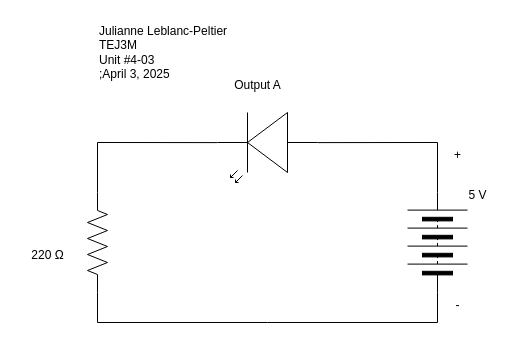
This is design/TEJ3M-4-03.drawio from Julianne-Leblanc-Peltier/TEJ3M-Unit4, a draw.io file, before an edit. Source tidied: cells renumbered, new cells numbered last; positions are measured from the earlier drawing's top-left corner, leaving out a move shared by most shapes. Both pictures are drawn from the tidied source at 100%, with x=0, y=0 at pixel (17, 17).
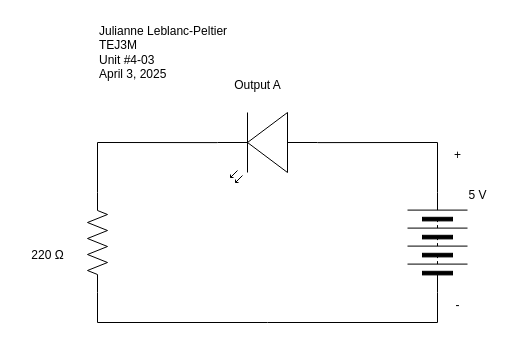
The same page after the edit.

Diff of the diagram source:
```diff
@@
 <mxGraphModel>
   <root>
     <mxCell id="0" />
     <mxCell id="1" parent="0" />
     <mxCell id="2" style="verticalLabelPosition=bottom;shadow=0;dashed=0;align=center;html=1;verticalAlign=top;shape=mxgraph.electrical.miscellaneous.batteryStack;rotation=-90;" parent="1" vertex="1">
       <mxGeometry x="370" y="195" width="100" height="60" as="geometry" />
     </mxCell>
     <mxCell id="3" style="edgeStyle=none;html=1;exitX=1;exitY=0.5;exitDx=0;exitDy=0;exitPerimeter=0;entryX=0;entryY=0.5;entryDx=0;entryDy=0;rounded=0;curved=0;endArrow=none;endFill=0;" parent="1" edge="1" source="4" target="2">
       <mxGeometry relative="1" as="geometry">
         <Array as="points">
           <mxPoint x="80" y="305" />
           <mxPoint x="250" y="305" />
           <mxPoint x="420" y="305" />
         </Array>
       </mxGeometry>
     </mxCell>
     <mxCell id="4" style="verticalLabelPosition=bottom;shadow=0;dashed=0;align=center;html=1;verticalAlign=top;shape=mxgraph.electrical.resistors.resistor_2;rotation=90;" parent="1" vertex="1">
       <mxGeometry x="30" y="215" width="100" height="20" as="geometry" />
     </mxCell>
     <mxCell id="5" style="verticalLabelPosition=bottom;shadow=0;dashed=0;align=center;html=1;verticalAlign=top;shape=mxgraph.electrical.opto_electronics.led_2;rotation=-180;" parent="1" vertex="1">
       <mxGeometry x="200" y="95" width="100" height="70" as="geometry" />
     </mxCell>
     <mxCell id="6" style="edgeStyle=none;html=1;exitX=1;exitY=0.5;exitDx=0;exitDy=0;entryX=0;entryY=0.57;entryDx=0;entryDy=0;entryPerimeter=0;rounded=0;curved=0;endArrow=none;endFill=0;" parent="1" edge="1" source="2" target="5">
       <mxGeometry relative="1" as="geometry">
         <Array as="points">
           <mxPoint x="420" y="125" />
         </Array>
       </mxGeometry>
     </mxCell>
     <mxCell id="7" style="edgeStyle=none;html=1;exitX=1;exitY=0.57;exitDx=0;exitDy=0;exitPerimeter=0;entryX=0;entryY=0.5;entryDx=0;entryDy=0;entryPerimeter=0;rounded=0;curved=0;endArrow=none;endFill=0;" parent="1" edge="1" source="5" target="4">
       <mxGeometry relative="1" as="geometry">
         <Array as="points">
           <mxPoint x="80" y="125" />
         </Array>
       </mxGeometry>
     </mxCell>
     <mxCell id="8" value="Output A" style="text;html=1;align=center;verticalAlign=middle;strokeColor=none;fillColor=none;" parent="1" vertex="1">
       <mxGeometry x="205" y="53" width="70" height="30" as="geometry" />
     </mxCell>
     <mxCell id="9" value="5 V" style="text;html=1;align=center;verticalAlign=middle;strokeColor=none;fillColor=none;" parent="1" vertex="1">
       <mxGeometry x="440" y="163" width="40" height="30" as="geometry" />
     </mxCell>
     <mxCell id="10" value="+" style="text;html=1;align=center;verticalAlign=middle;strokeColor=none;fillColor=none;" parent="1" vertex="1">
       <mxGeometry x="425" y="123" width="30" height="30" as="geometry" />
     </mxCell>
     <mxCell id="11" value="-" style="text;html=1;align=center;verticalAlign=middle;strokeColor=none;fillColor=none;" parent="1" vertex="1">
       <mxGeometry x="425" y="273" width="30" height="30" as="geometry" />
     </mxCell>
     <mxCell id="12" value="220&amp;nbsp;Ω" style="text;html=1;align=center;verticalAlign=middle;strokeColor=none;fillColor=none;" parent="1" vertex="1">
       <mxGeometry y="223" width="60" height="30" as="geometry" />
     </mxCell>
-    <mxCell id="13" value="Julianne Leblanc-Peltier&lt;div&gt;TEJ3M&lt;/div&gt;&lt;div&gt;Unit #4-03&lt;/div&gt;&lt;div&gt;;April 3, 2025&lt;/div&gt;" style="text;html=1;align=left;verticalAlign=middle;strokeColor=none;fillColor=none;" parent="1" vertex="1">
-      <mxGeometry x="80" width="160" height="70" as="geometry" />
+    <mxCell id="13" value="Julianne Leblanc-Peltier&lt;div&gt;TEJ3M&lt;/div&gt;&lt;div&gt;Unit #4-03&lt;/div&gt;&lt;div&gt;April 3, 2025&lt;/div&gt;" style="text;html=1;align=left;verticalAlign=middle;strokeColor=none;fillColor=none;" parent="1" vertex="1">
+      <mxGeometry x="80" width="150" height="70" as="geometry" />
     </mxCell>
   </root>
 </mxGraphModel>
```
